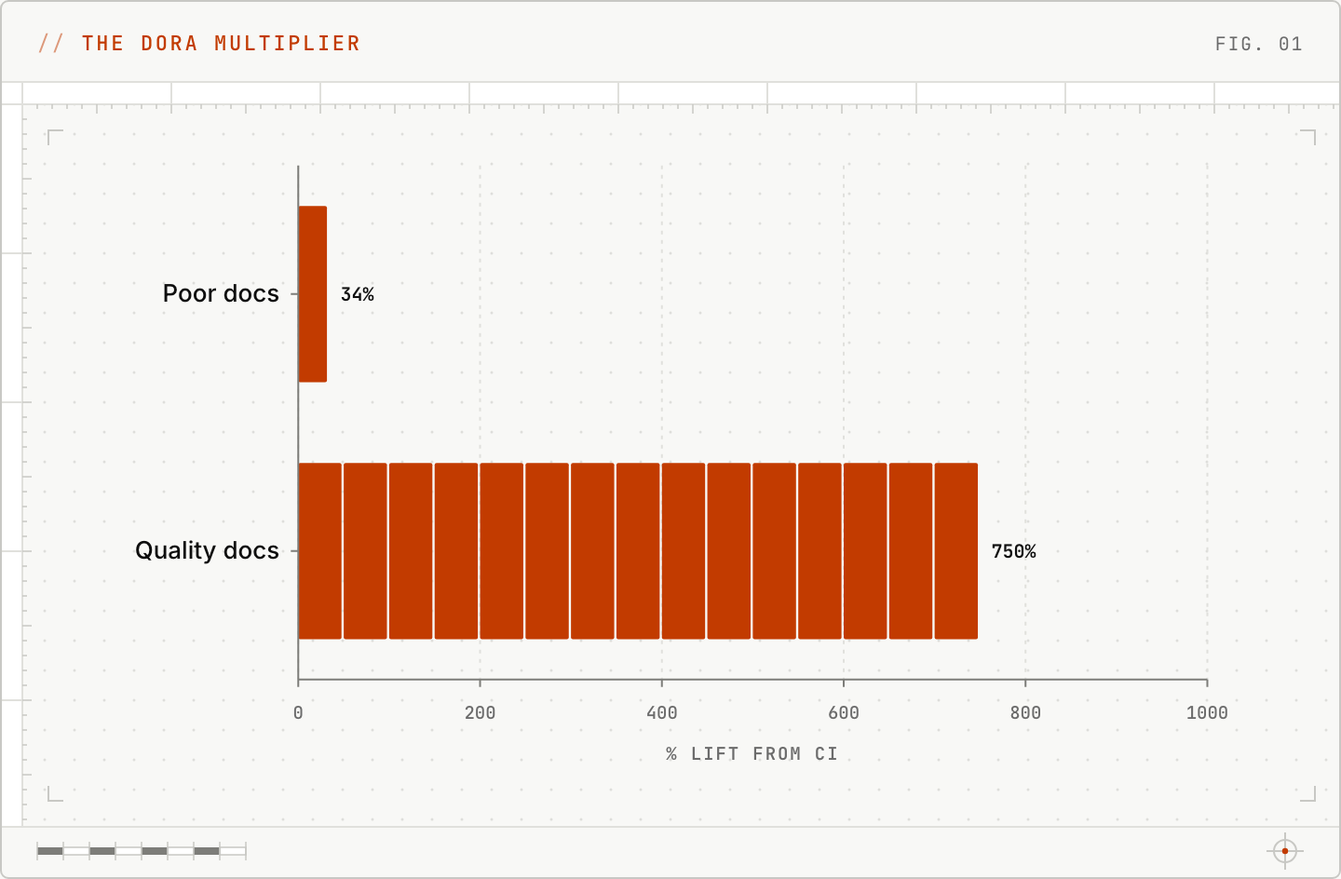
ninadpathak/ninadpathak keeps this Mermaid diagram as static/images/diagrams/documentation-velocity/dora-multiplier.light.png. Above is the earlier version. Its source is kept beside it as content/diagrams/documentation-velocity/dora-multiplier.mmd.
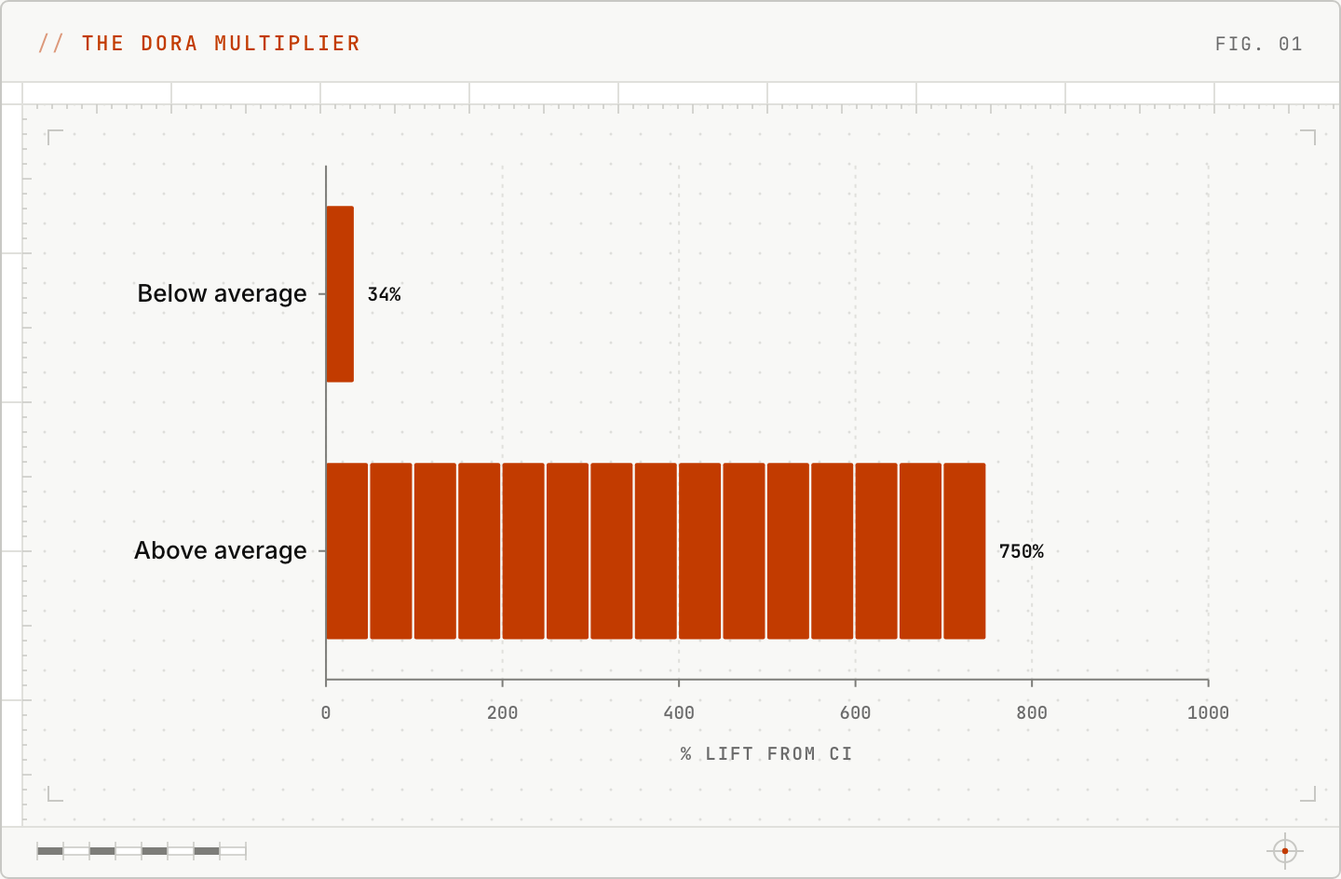
Above is the later version.

Diff of the diagram source:
```diff
@@ -1,4 +1,4 @@
 xychart-beta horizontal
-  x-axis ["Poor docs", "Quality docs"]
+  x-axis ["Below average", "Above average"]
   y-axis "% lift from CI" 0 --> 1000
   bar [34, 750]
```
